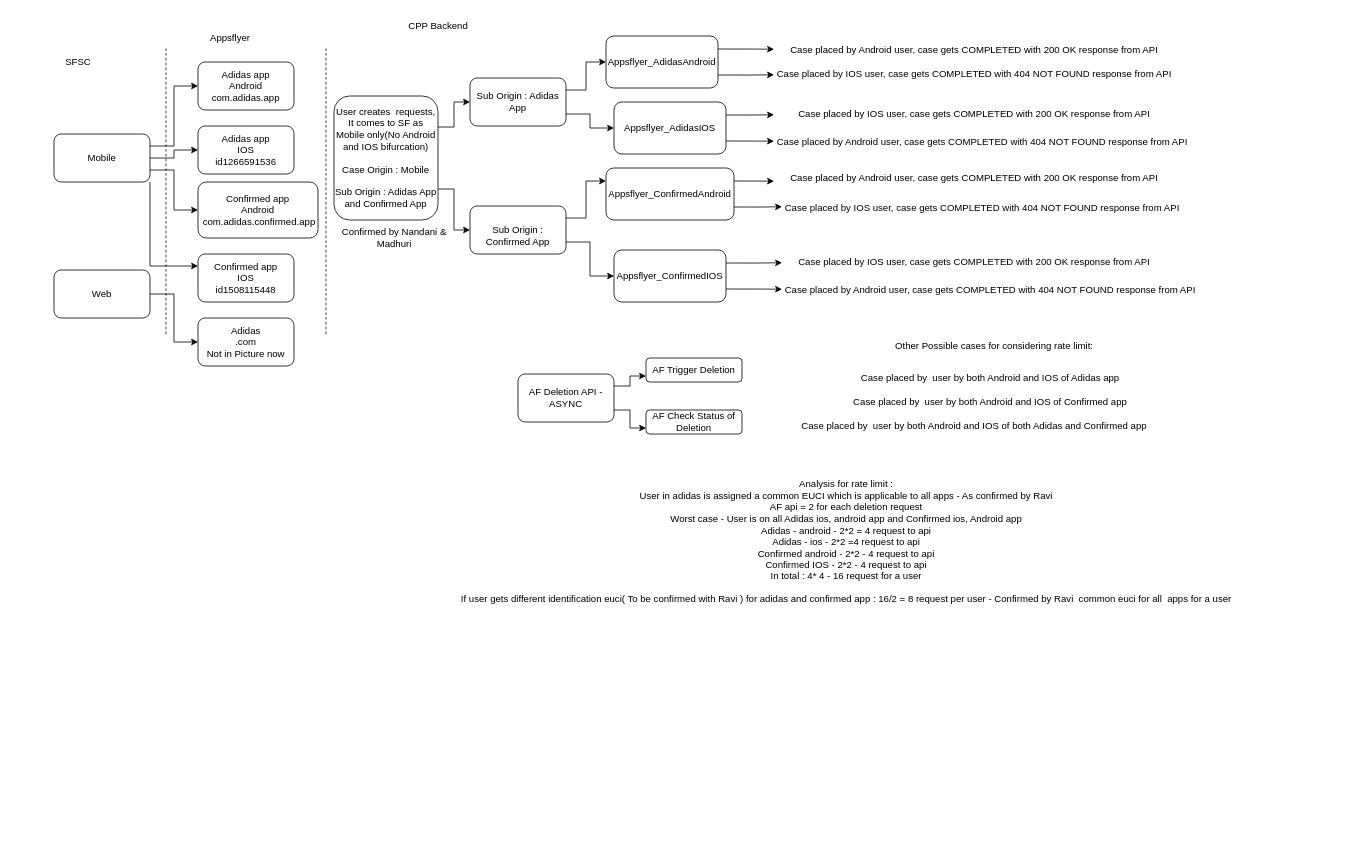
The draw.io diagram page "Page-1" (1 of 2) of Appsflyer.drawio in bhavana184/drawioDiagrams, before the edit. Source tidied: cells renumbered, new cells numbered last; positions are measured from the earlier drawing's top-left corner, leaving out a move shared by most shapes. Both pictures are drawn from the tidied source at 80%, with x=0, y=0 at pixel (54, 14).
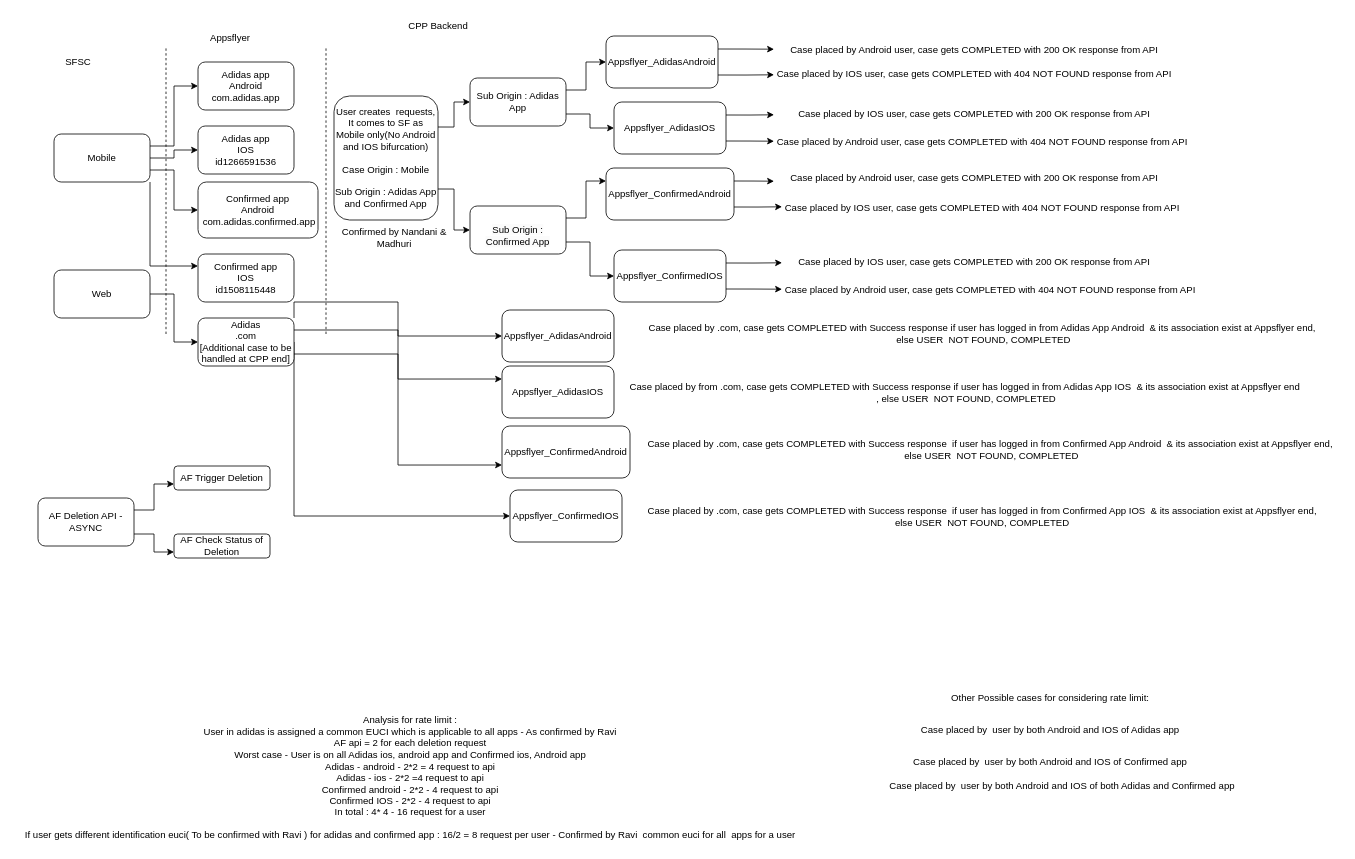
The same diagram, later.

Change to the diagram source:
```diff
@@
+    <mxCell id="59" style="edgeStyle=orthogonalEdgeStyle;rounded=0;jettySize=auto;html=1;exitX=1;exitY=0;exitDx=0;exitDy=0;entryX=0;entryY=0.5;entryDx=0;entryDy=0;" parent="1" edge="1" source="13" target="63">
+      <mxGeometry relative="1" as="geometry" />
+    </mxCell>
+    <mxCell id="60" style="edgeStyle=orthogonalEdgeStyle;rounded=0;jettySize=auto;html=1;exitX=1;exitY=0.25;exitDx=0;exitDy=0;entryX=0;entryY=0.25;entryDx=0;entryDy=0;" parent="1" edge="1" source="13" target="64">
+      <mxGeometry relative="1" as="geometry" />
+    </mxCell>
+    <mxCell id="61" style="edgeStyle=orthogonalEdgeStyle;rounded=0;jettySize=auto;html=1;exitX=1;exitY=0.75;exitDx=0;exitDy=0;entryX=0;entryY=0.75;entryDx=0;entryDy=0;" parent="1" edge="1" source="13" target="65">
+      <mxGeometry relative="1" as="geometry" />
+    </mxCell>
+    <mxCell id="62" style="edgeStyle=orthogonalEdgeStyle;rounded=0;jettySize=auto;html=1;entryX=0;entryY=0.5;entryDx=0;entryDy=0;" parent="1" edge="1" target="66">
+      <mxGeometry relative="1" as="geometry">
+        <mxPoint x="300" y="410" as="sourcePoint" />
+        <Array as="points">
+          <mxPoint x="300" y="627" />
+        </Array>
+      </mxGeometry>
+    </mxCell>
-    <mxCell id="13" value="Adidas&lt;br&gt;.com&lt;br&gt;Not in Picture now" style="rounded=1;whiteSpace=wrap;html=1;" parent="1" vertex="1">
+    <mxCell id="13" value="Adidas&lt;br&gt;.com&lt;br&gt;[Additional case to be handled at CPP end]" style="rounded=1;whiteSpace=wrap;html=1;" parent="1" vertex="1">
       <mxGeometry x="180" y="380" width="120" height="60" as="geometry" />
     </mxCell>
@@
     <mxCell id="48" value="Case placed by&amp;nbsp; user by both Android and IOS of Adidas app" style="text;html=1;align=center;verticalAlign=middle;strokeColor=none;fillColor=none;" parent="1" vertex="1">
-      <mxGeometry x="995" y="440" width="350" height="30" as="geometry" />
+      <mxGeometry x="1070" y="880" width="350" height="30" as="geometry" />
     </mxCell>
     <mxCell id="49" value="Case placed by&amp;nbsp; user by both Android and IOS of Confirmed app" style="text;html=1;align=center;verticalAlign=middle;strokeColor=none;fillColor=none;" parent="1" vertex="1">
-      <mxGeometry x="985" y="470" width="370" height="30" as="geometry" />
+      <mxGeometry x="1060" y="920" width="370" height="30" as="geometry" />
     </mxCell>
     <mxCell id="50" value="Case placed by&amp;nbsp; user by both Android and IOS of both Adidas and Confirmed app" style="text;html=1;align=center;verticalAlign=middle;strokeColor=none;fillColor=none;" parent="1" vertex="1">
-      <mxGeometry x="920" y="500" width="460" height="30" as="geometry" />
+      <mxGeometry x="1030" y="950" width="460" height="30" as="geometry" />
     </mxCell>
     <mxCell id="51" value="Other Possible cases for considering rate limit:" style="text;html=1;align=center;verticalAlign=middle;strokeColor=none;fillColor=none;" parent="1" vertex="1">
-      <mxGeometry x="1040" y="400" width="270" height="30" as="geometry" />
+      <mxGeometry x="1110" y="840" width="270" height="30" as="geometry" />
     </mxCell>
     <mxCell id="52" value="AF Trigger Deletion" style="rounded=1;whiteSpace=wrap;html=1;" parent="1" vertex="1">
-      <mxGeometry x="740" y="430" width="120" height="30" as="geometry" />
+      <mxGeometry x="150" y="565" width="120" height="30" as="geometry" />
     </mxCell>
     <mxCell id="53" value="AF Check Status of Deletion" style="rounded=1;whiteSpace=wrap;html=1;" parent="1" vertex="1">
-      <mxGeometry x="740" y="495" width="120" height="30" as="geometry" />
+      <mxGeometry x="150" y="650" width="120" height="30" as="geometry" />
     </mxCell>
@@
     <mxCell id="56" value="AF Deletion API - ASYNC" style="rounded=1;whiteSpace=wrap;html=1;" parent="1" vertex="1">
-      <mxGeometry x="580" y="450" width="120" height="60" as="geometry" />
+      <mxGeometry x="-20" y="605" width="120" height="60" as="geometry" />
     </mxCell>
     <mxCell id="57" value="Analysis for rate limit :&lt;br&gt;User in adidas is assigned a common EUCI which is applicable to all apps - As confirmed by Ravi&lt;br&gt;AF api = 2 for each deletion request&lt;br&gt;Worst case - User is on all Adidas ios, android app and Confirmed ios, Android app&lt;br&gt;Adidas - android - 2*2 = 4 request to api&lt;br&gt;Adidas - ios - 2*2 =4 request to api&lt;br&gt;Confirmed android - 2*2 - 4 request to api&lt;br&gt;Confirmed IOS - 2*2 - 4 request to api&lt;br&gt;In total : 4* 4 - 16 request for a user&lt;br&gt;&lt;br&gt;If user gets different identification euci( To be confirmed with Ravi ) for adidas and confirmed app : 16/2 = 8 request per user - Confirmed by Ravi&amp;nbsp; common euci for all&amp;nbsp; apps for a user" style="text;html=1;align=center;verticalAlign=middle;strokeColor=none;fillColor=none;" parent="1" vertex="1">
-      <mxGeometry x="495" y="575" width="990" height="170" as="geometry" />
+      <mxGeometry x="-50" y="870" width="990" height="170" as="geometry" />
     </mxCell>
@@
+    <mxCell id="63" value="Appsflyer_AdidasAndroid" style="rounded=1;whiteSpace=wrap;html=1;" parent="1" vertex="1">
+      <mxGeometry x="560" y="370" width="140" height="65" as="geometry" />
+    </mxCell>
+    <mxCell id="64" value="Appsflyer_AdidasIOS" style="rounded=1;whiteSpace=wrap;html=1;" parent="1" vertex="1">
+      <mxGeometry x="560" y="440" width="140" height="65" as="geometry" />
+    </mxCell>
+    <mxCell id="65" value="Appsflyer_ConfirmedAndroid" style="rounded=1;whiteSpace=wrap;html=1;" parent="1" vertex="1">
+      <mxGeometry x="560" y="515" width="160" height="65" as="geometry" />
+    </mxCell>
+    <mxCell id="66" value="Appsflyer_ConfirmedIOS" style="rounded=1;whiteSpace=wrap;html=1;" parent="1" vertex="1">
+      <mxGeometry x="570" y="595" width="140" height="65" as="geometry" />
+    </mxCell>
+    <mxCell id="67" value="Case placed by .com, case gets COMPLETED with Success response if user has logged in from Adidas App Android&amp;nbsp; &amp;amp; its association exist at Appsflyer end,&lt;br&gt;&amp;nbsp;else USER&amp;nbsp; NOT FOUND, COMPLETED" style="text;html=1;align=center;verticalAlign=middle;strokeColor=none;fillColor=none;" parent="1" vertex="1">
+      <mxGeometry x="730" y="380" width="860" height="40" as="geometry" />
+    </mxCell>
+    <mxCell id="68" value="Case placed by from .com, case gets COMPLETED with Success response&amp;nbsp;if user has logged in from Adidas App IOS&amp;nbsp; &amp;amp; its association exist at Appsflyer end&amp;nbsp;&lt;br&gt;, else USER&amp;nbsp; NOT FOUND, COMPLETED" style="text;html=1;align=center;verticalAlign=middle;strokeColor=none;fillColor=none;" parent="1" vertex="1">
+      <mxGeometry x="710" y="452.5" width="860" height="40" as="geometry" />
+    </mxCell>
+    <mxCell id="69" value="Case placed by .com, case gets COMPLETED with Success response&amp;nbsp;&amp;nbsp;if user has logged in from Confirmed App Android&amp;nbsp; &amp;amp; its association exist at Appsflyer end,&lt;br&gt;&amp;nbsp;else USER&amp;nbsp; NOT FOUND, COMPLETED" style="text;html=1;align=center;verticalAlign=middle;strokeColor=none;fillColor=none;" parent="1" vertex="1">
+      <mxGeometry x="730" y="525" width="880" height="40" as="geometry" />
+    </mxCell>
+    <mxCell id="70" value="Case placed by .com, case gets COMPLETED with Success response&amp;nbsp;&amp;nbsp;if user has logged in from Confirmed App IOS&amp;nbsp; &amp;amp; its association exist at Appsflyer end, &lt;br&gt;else USER&amp;nbsp; NOT FOUND, COMPLETED" style="text;html=1;align=center;verticalAlign=middle;strokeColor=none;fillColor=none;" parent="1" vertex="1">
+      <mxGeometry x="730" y="607.5" width="860" height="40" as="geometry" />
+    </mxCell>
```
